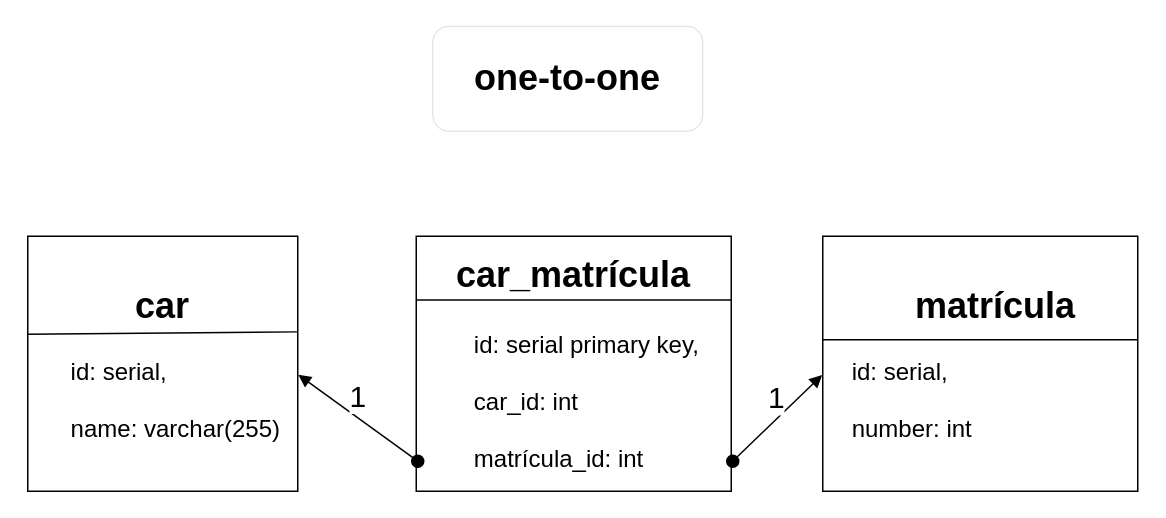
Earlier version of the draw.io diagram Untitled Diagram.drawio (voldomarich/job4j_design). Source tidied: cells renumbered, new cells numbered last; positions are measured from the earlier drawing's top-left corner, leaving out a move shared by most shapes. Both pictures are drawn from the tidied source at 150%, with x=0, y=0 at pixel (27, 26).
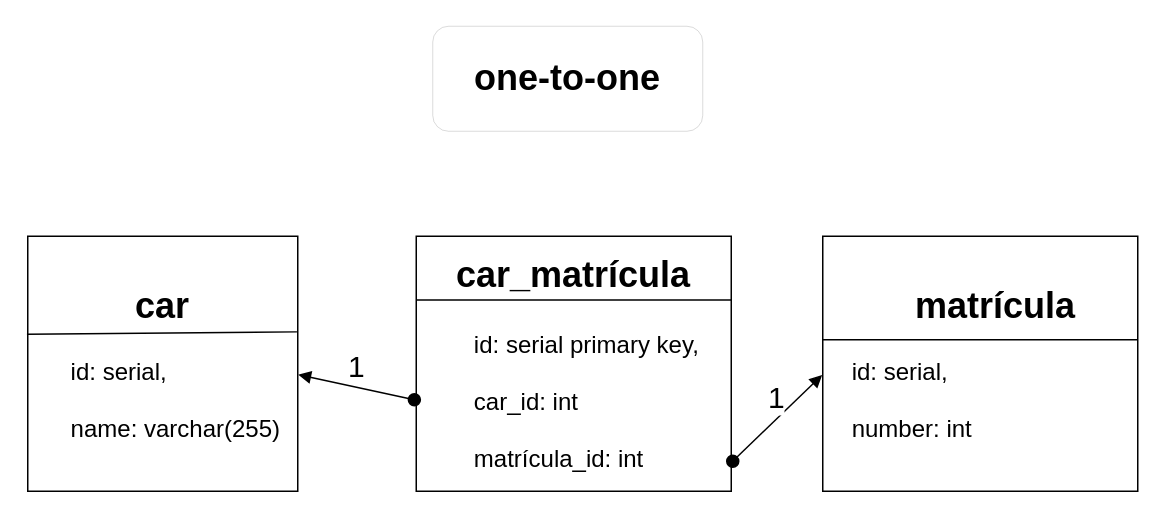
The same page after the edit.

Change to the diagram source:
```diff
@@
 <mxGraphModel>
   <root>
     <mxCell id="0" />
     <mxCell id="1" parent="0" />
     <mxCell id="2" value="&lt;div style=&quot;text-align: center;&quot;&gt;&lt;font style=&quot;font-size: 24px;&quot;&gt;&lt;b&gt;&amp;nbsp; &amp;nbsp; &amp;nbsp; &amp;nbsp; &amp;nbsp;matrícula&lt;/b&gt;&lt;/font&gt;&lt;/div&gt;&lt;div&gt;&lt;font size=&quot;3&quot;&gt;&lt;br&gt;&lt;/font&gt;&lt;/div&gt;&lt;div&gt;&lt;font size=&quot;3&quot;&gt;&amp;nbsp; &amp;nbsp; id: serial,&lt;/font&gt;&lt;/div&gt;&lt;div&gt;&lt;font size=&quot;3&quot;&gt;&lt;br&gt;&lt;/font&gt;&lt;/div&gt;&lt;div&gt;&lt;font size=&quot;3&quot;&gt;&amp;nbsp; &amp;nbsp; number: int&lt;/font&gt;&lt;/div&gt;" style="rounded=0;whiteSpace=wrap;html=1;align=left;" parent="1" vertex="1">
       <mxGeometry x="530" y="140" width="210" height="170" as="geometry" />
     </mxCell>
     <mxCell id="3" value="&lt;div&gt;&lt;font style=&quot;font-size: 24px;&quot;&gt;&lt;b&gt;car_matrícula&lt;/b&gt;&lt;/font&gt;&lt;/div&gt;&lt;div&gt;&lt;font style=&quot;font-size: 18px;&quot;&gt;&lt;b style=&quot;&quot;&gt;&lt;br&gt;&lt;/b&gt;&lt;/font&gt;&lt;/div&gt;&lt;div style=&quot;text-align: left;&quot;&gt;&lt;font size=&quot;3&quot;&gt;&amp;nbsp; &amp;nbsp; id: serial primary key,&lt;/font&gt;&lt;/div&gt;&lt;div style=&quot;text-align: left;&quot;&gt;&lt;font size=&quot;3&quot;&gt;&lt;br&gt;&lt;/font&gt;&lt;/div&gt;&lt;div style=&quot;text-align: left;&quot;&gt;&lt;font size=&quot;3&quot;&gt;&amp;nbsp; &amp;nbsp; car_id: int&amp;nbsp;&lt;/font&gt;&lt;/div&gt;&lt;div style=&quot;text-align: left;&quot;&gt;&lt;font size=&quot;3&quot;&gt;&lt;br&gt;&lt;/font&gt;&lt;/div&gt;&lt;div style=&quot;text-align: left;&quot;&gt;&lt;font size=&quot;3&quot;&gt;&amp;nbsp; &amp;nbsp; matrícula_id: int&amp;nbsp;&lt;/font&gt;&lt;/div&gt;" style="rounded=0;whiteSpace=wrap;html=1;" parent="1" vertex="1">
       <mxGeometry x="259" y="140" width="210" height="170" as="geometry" />
     </mxCell>
     <mxCell id="4" value="&lt;div style=&quot;&quot;&gt;&lt;span style=&quot;font-size: 24px;&quot;&gt;&lt;b&gt;car&lt;/b&gt;&lt;/span&gt;&lt;/div&gt;&lt;div style=&quot;text-align: left;&quot;&gt;&lt;font size=&quot;3&quot;&gt;&lt;br&gt;&lt;/font&gt;&lt;/div&gt;&lt;div style=&quot;text-align: left;&quot;&gt;&lt;font size=&quot;3&quot;&gt;&amp;nbsp; &amp;nbsp; id: serial,&lt;/font&gt;&lt;/div&gt;&lt;div style=&quot;text-align: left;&quot;&gt;&lt;font size=&quot;3&quot;&gt;&lt;br&gt;&lt;/font&gt;&lt;/div&gt;&lt;div style=&quot;text-align: left;&quot;&gt;&lt;font size=&quot;3&quot;&gt;&amp;nbsp; &amp;nbsp; name: varchar(255)&lt;/font&gt;&lt;/div&gt;" style="rounded=0;whiteSpace=wrap;html=1;" parent="1" vertex="1">
       <mxGeometry y="140" width="180" height="170" as="geometry" />
     </mxCell>
     <mxCell id="5" style="endArrow=none;html=1;rounded=0;fontSize=18;exitX=0;exitY=0.25;exitDx=0;exitDy=0;entryX=1;entryY=0.25;entryDx=0;entryDy=0;" parent="1" edge="1" source="3" target="3">
       <mxGeometry relative="1" as="geometry" />
     </mxCell>
     <mxCell id="6" style="endArrow=none;html=1;rounded=0;fontSize=18;" parent="1" edge="1">
       <mxGeometry relative="1" as="geometry">
         <mxPoint x="530" y="209" as="sourcePoint" />
         <mxPoint x="740" y="209" as="targetPoint" />
       </mxGeometry>
     </mxCell>
     <mxCell id="7" style="endArrow=none;html=1;rounded=0;exitX=-0.003;exitY=0.384;exitDx=0;exitDy=0;exitPerimeter=0;entryX=0.997;entryY=0.375;entryDx=0;entryDy=0;entryPerimeter=0;" parent="1" edge="1" source="4" target="4">
       <mxGeometry relative="1" as="geometry" />
     </mxCell>
     <mxCell id="8" value="&lt;span style=&quot;font-size: 24px;&quot;&gt;&lt;b&gt;one-to-one&lt;/b&gt;&lt;/span&gt;" style="rounded=1;whiteSpace=wrap;html=1;strokeWidth=0;" parent="1" vertex="1">
       <mxGeometry x="270" width="180" height="70" as="geometry" />
     </mxCell>
-    <mxCell id="9" value="&lt;font style=&quot;font-size: 20px;&quot;&gt;1&lt;/font&gt;" style="html=1;verticalAlign=bottom;startArrow=oval;startFill=1;endArrow=block;startSize=8;rounded=0;entryX=1.002;entryY=0.543;entryDx=0;entryDy=0;entryPerimeter=0;" parent="1" edge="1" target="4">
-      <mxGeometry relative="1" as="geometry">
-        <mxPoint x="260" y="290" as="sourcePoint" />
-      </mxGeometry>
+    <mxCell id="9" value="&lt;font style=&quot;font-size: 20px;&quot;&gt;1&lt;/font&gt;" style="html=1;verticalAlign=bottom;startArrow=oval;startFill=1;endArrow=block;startSize=8;rounded=0;entryX=1.002;entryY=0.543;entryDx=0;entryDy=0;entryPerimeter=0;exitX=-0.006;exitY=0.641;exitDx=0;exitDy=0;exitPerimeter=0;" parent="1" edge="1" source="3" target="4">
+      <mxGeometry relative="1" as="geometry" />
     </mxCell>
     <mxCell id="10" value="1" style="html=1;verticalAlign=bottom;startArrow=oval;startFill=1;endArrow=block;startSize=8;rounded=0;fontSize=20;entryX=-0.002;entryY=0.544;entryDx=0;entryDy=0;entryPerimeter=0;" parent="1" edge="1" target="2">
       <mxGeometry relative="1" as="geometry">
         <mxPoint x="470" y="290" as="sourcePoint" />
       </mxGeometry>
     </mxCell>
   </root>
 </mxGraphModel>
```
